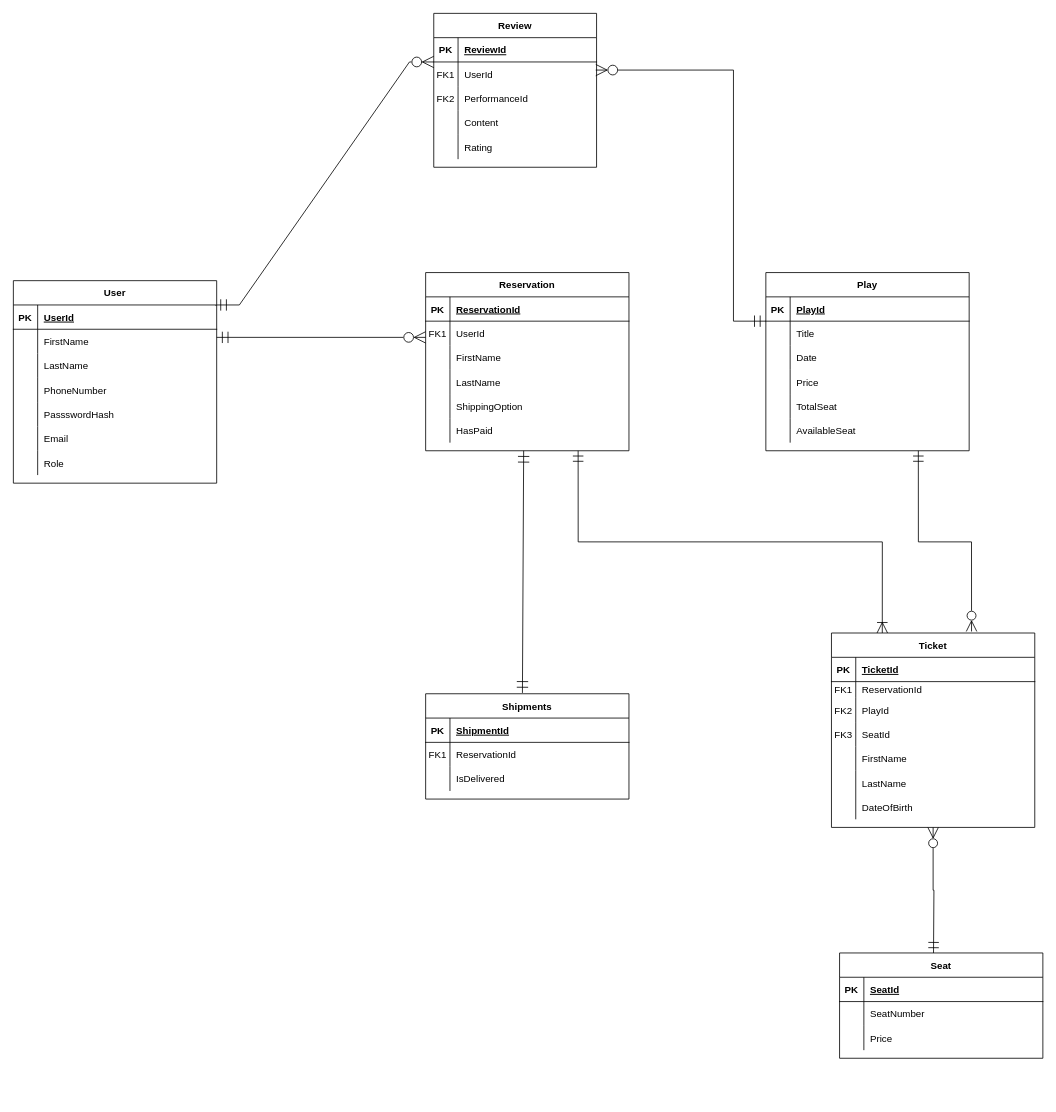
jefsamo/gct-ticketing-system keeps this draw.io diagram as Untitled Diagram.drawio. Above is the earlier version. Source tidied: cells renumbered, new cells numbered last; positions are measured from the earlier drawing's top-left corner, leaving out a move shared by most shapes. Both pictures are drawn from the tidied source at 81%, with x=0, y=0 at pixel (13, 13).
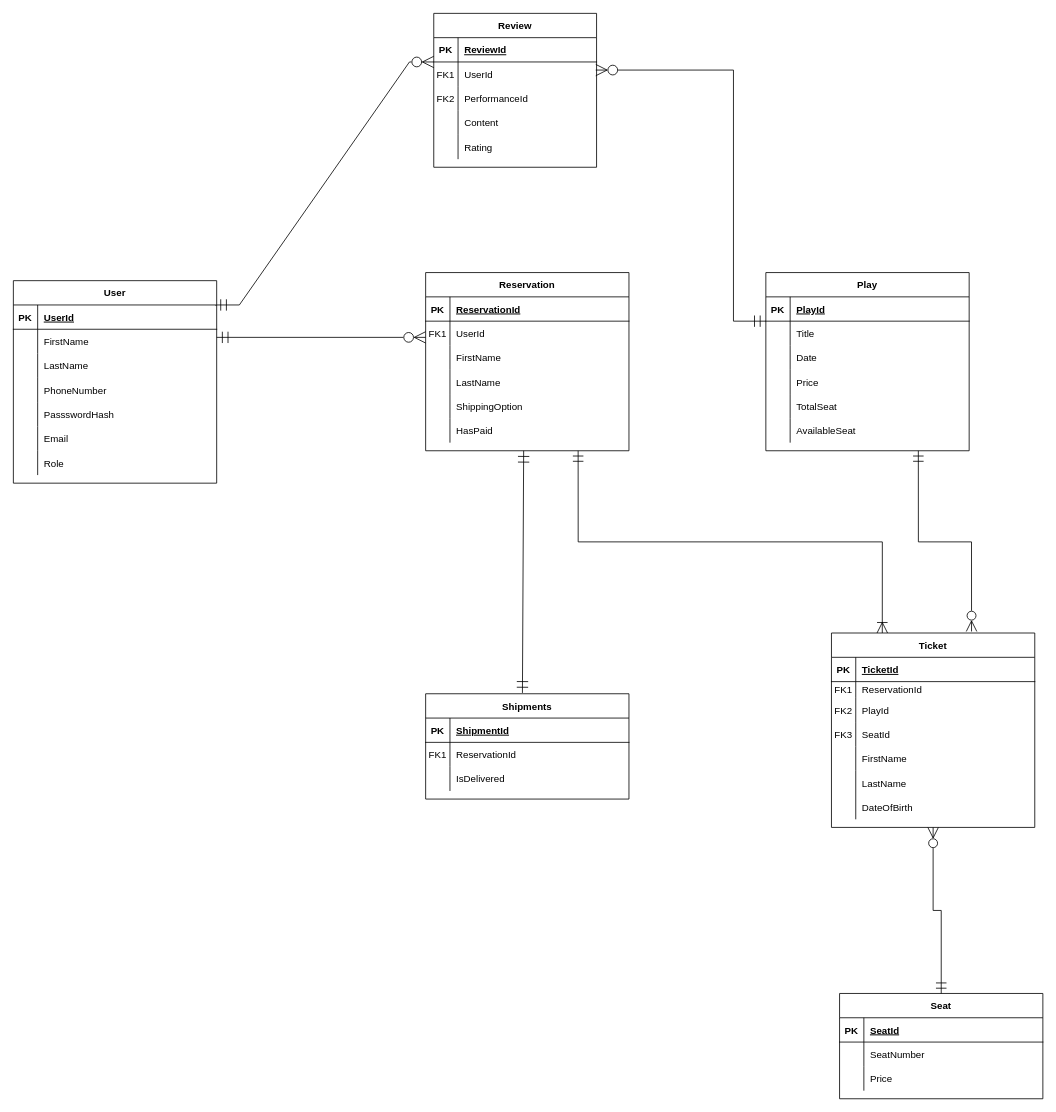
The same page after the edit.

The change refers to these unchanged cells:
```xml
<mxCell id="106" value="Ticket" style="shape=table;startSize=30;childLayout=tableLayout;rowLines=0;fontStyle=1;align=center;" parent="1" vertex="1">
  <mxGeometry x="1010" y="765" width="251" height="240" as="geometry" />
</mxCell>
```

The edit, as a diff of the source:
```diff
@@
     <mxCell id="74" value="Seat" style="shape=table;startSize=30;childLayout=tableLayout;rowLines=0;fontStyle=1;align=center;" parent="1" vertex="1">
-      <mxGeometry x="1020" y="1160" width="251" height="130" as="geometry" />
+      <mxGeometry x="1020" y="1210" width="251" height="130" as="geometry" />
     </mxCell>
@@
-    <mxCell id="128" style="edgeStyle=orthogonalEdgeStyle;rounded=0;jettySize=auto;html=1;exitX=0.5;exitY=1;exitDx=0;exitDy=0;endArrow=ERmandOne;endFill=0;startArrow=ERzeroToMany;startFill=0;endSize=11;startSize=11;" parent="1" edge="1" source="106">
-      <mxGeometry relative="1" as="geometry">
-        <mxPoint x="1136" y="1160" as="targetPoint" />
-      </mxGeometry>
+    <mxCell id="128" style="edgeStyle=orthogonalEdgeStyle;rounded=0;jettySize=auto;html=1;exitX=0.5;exitY=1;exitDx=0;exitDy=0;endArrow=ERmandOne;endFill=0;startArrow=ERzeroToMany;startFill=0;endSize=11;startSize=11;entryX=0.5;entryY=0;entryDx=0;entryDy=0;" parent="1" edge="1" source="106" target="74">
+      <mxGeometry relative="1" as="geometry" />
     </mxCell>
```
